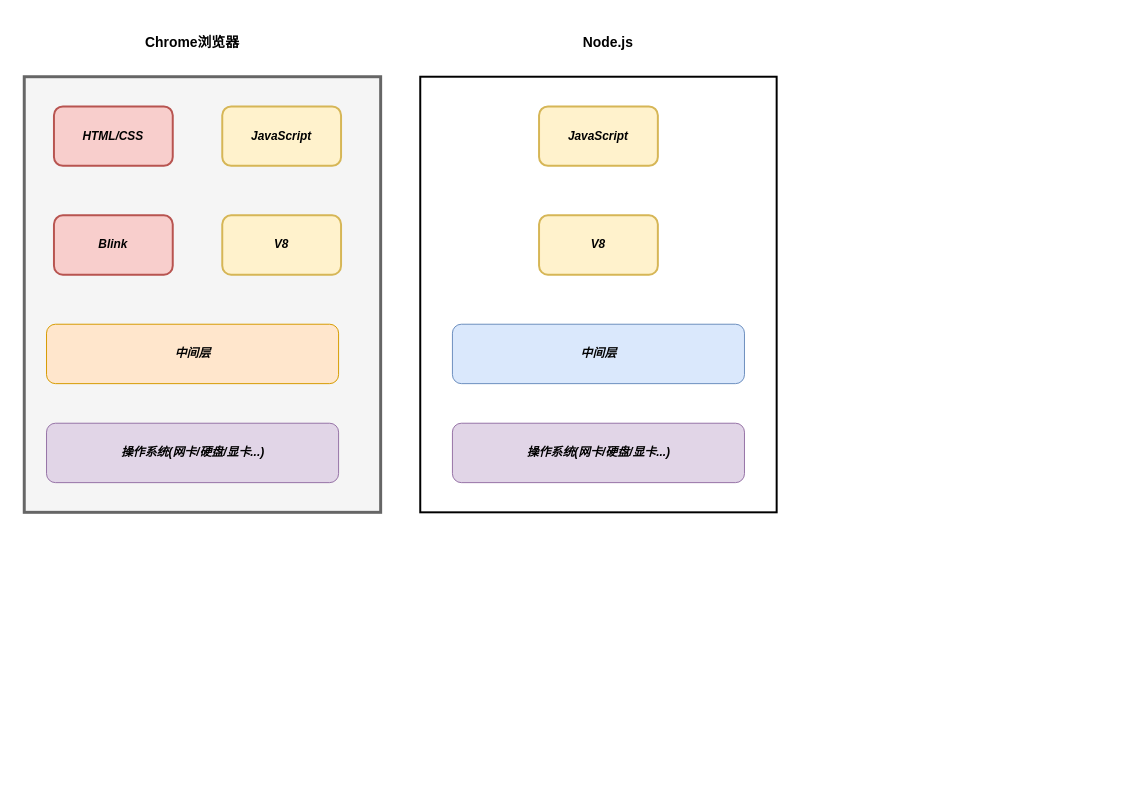
Above: Node.js和浏览器的区别.drawio in Yaozongbin0828/UMLetDraw (draw.io), before the change. Source tidied: cells renumbered, new cells numbered last; positions are measured from the earlier drawing's top-left corner, leaving out a move shared by most shapes. Both pictures are drawn from the tidied source at 99%, with x=0, y=0 at pixel (24, 17).
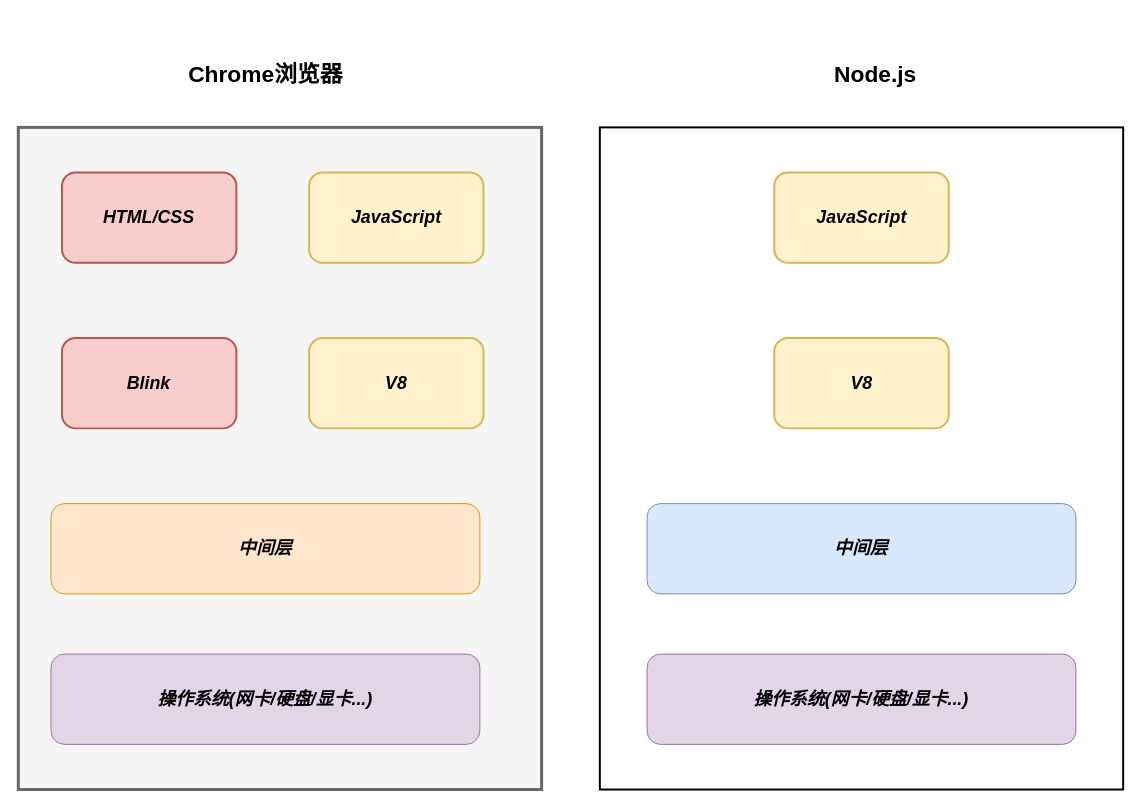
Above is the later version.

Commit message (it also covers changes not shown here):
更新Node.js和浏览器的区别.drawio

The edit, as a diff of the source:
```diff
@@
 <mxGraphModel>
   <root>
     <mxCell id="0" />
     <mxCell id="1" parent="0" />
+    <mxCell id="16" style="group;" parent="1" vertex="1">
+      <mxGeometry x="-6" y="20" width="1116" height="760" as="geometry" />
+    </mxCell>
-    <mxCell id="2" style="rounded=0;whiteSpace=wrap;html=1;fillColor=#f5f5f5;fontColor=#333333;strokeColor=#666666;strokeWidth=3;" parent="1" vertex="1">
-      <mxGeometry y="60" width="360" height="440" as="geometry" />
+    <mxCell id="2" style="rounded=0;whiteSpace=wrap;html=1;fillColor=#f5f5f5;fontColor=#333333;strokeColor=#666666;strokeWidth=3;" parent="16" vertex="1">
+      <mxGeometry y="91.2" width="528.6" height="668.8" as="geometry" />
     </mxCell>
-    <mxCell id="3" style="rounded=0;whiteSpace=wrap;html=1;strokeWidth=2;" parent="1" vertex="1">
-      <mxGeometry x="400" y="60" width="360" height="440" as="geometry" />
+    <mxCell id="3" style="rounded=0;whiteSpace=wrap;html=1;strokeWidth=2;" parent="16" vertex="1">
+      <mxGeometry x="587.4" y="91.2" width="528.6" height="668.8" as="geometry" />
     </mxCell>
-    <mxCell id="4" value="&lt;font style=&quot;font-size: 14px;&quot;&gt;&lt;b&gt;Chrome浏览器&lt;/b&gt;&lt;/font&gt;" style="text;html=1;align=center;verticalAlign=middle;whiteSpace=wrap;rounded=0;" parent="1" vertex="1">
-      <mxGeometry x="110" width="120" height="50" as="geometry" />
+    <mxCell id="4" value="&lt;font style=&quot;font-size: 23px;&quot;&gt;&lt;b style=&quot;font-size: 23px;&quot;&gt;Chrome浏览器&lt;/b&gt;&lt;/font&gt;" style="text;html=1;align=center;verticalAlign=middle;whiteSpace=wrap;rounded=0;fontSize=23;" parent="16" vertex="1">
+      <mxGeometry x="161.5" width="176.2" height="76" as="geometry" />
     </mxCell>
-    <mxCell id="5" value="&lt;font style=&quot;font-size: 14px;&quot;&gt;&lt;b&gt;Node.js&lt;/b&gt;&lt;/font&gt;" style="text;html=1;align=center;verticalAlign=middle;whiteSpace=wrap;rounded=0;" parent="1" vertex="1">
-      <mxGeometry x="560" y="10" width="60" height="30" as="geometry" />
+    <mxCell id="5" value="&lt;font style=&quot;font-size: 23px;&quot;&gt;&lt;b style=&quot;font-size: 23px;&quot;&gt;Node.js&lt;/b&gt;&lt;/font&gt;" style="text;html=1;align=center;verticalAlign=middle;whiteSpace=wrap;rounded=0;fontSize=23;" parent="16" vertex="1">
+      <mxGeometry x="822.3" y="15.2" width="88.1" height="45.6" as="geometry" />
     </mxCell>
-    <mxCell id="6" value="&lt;b&gt;&lt;font style=&quot;font-size: 12px;&quot;&gt;&lt;i&gt;HTML/CSS&lt;/i&gt;&lt;/font&gt;&lt;/b&gt;" style="rounded=1;whiteSpace=wrap;html=1;fillColor=#f8cecc;strokeColor=#b85450;strokeWidth=2;" parent="1" vertex="1">
-      <mxGeometry x="30" y="90" width="120" height="60" as="geometry" />
+    <mxCell id="6" value="&lt;b style=&quot;font-size: 18px;&quot;&gt;&lt;font style=&quot;font-size: 18px;&quot;&gt;&lt;i style=&quot;font-size: 18px;&quot;&gt;HTML/CSS&lt;/i&gt;&lt;/font&gt;&lt;/b&gt;" style="rounded=1;whiteSpace=wrap;html=1;fillColor=#f8cecc;strokeColor=#b85450;strokeWidth=2;fontSize=18;" parent="16" vertex="1">
+      <mxGeometry x="44.1" y="136.8" width="176.2" height="91.2" as="geometry" />
     </mxCell>
-    <mxCell id="7" value="&lt;b&gt;&lt;i&gt;JavaScript&lt;/i&gt;&lt;/b&gt;" style="rounded=1;whiteSpace=wrap;html=1;fillColor=#fff2cc;strokeColor=#d6b656;strokeWidth=2;" parent="1" vertex="1">
-      <mxGeometry x="200" y="90" width="120" height="60" as="geometry" />
+    <mxCell id="7" value="&lt;b style=&quot;font-size: 18px;&quot;&gt;&lt;i style=&quot;font-size: 18px;&quot;&gt;JavaScript&lt;/i&gt;&lt;/b&gt;" style="rounded=1;whiteSpace=wrap;html=1;fillColor=#fff2cc;strokeColor=#d6b656;strokeWidth=2;fontSize=18;" parent="16" vertex="1">
+      <mxGeometry x="293.7" y="136.8" width="176.2" height="91.2" as="geometry" />
     </mxCell>
-    <mxCell id="8" value="&lt;i&gt;&lt;b&gt;Blink&lt;/b&gt;&lt;/i&gt;" style="rounded=1;whiteSpace=wrap;html=1;fillColor=#f8cecc;strokeColor=#b85450;strokeWidth=2;" parent="1" vertex="1">
-      <mxGeometry x="30" y="200" width="120" height="60" as="geometry" />
+    <mxCell id="8" value="&lt;i style=&quot;font-size: 18px;&quot;&gt;&lt;b style=&quot;font-size: 18px;&quot;&gt;Blink&lt;/b&gt;&lt;/i&gt;" style="rounded=1;whiteSpace=wrap;html=1;fillColor=#f8cecc;strokeColor=#b85450;strokeWidth=2;fontSize=18;" parent="16" vertex="1">
+      <mxGeometry x="44.1" y="304" width="176.2" height="91.2" as="geometry" />
     </mxCell>
-    <mxCell id="9" value="&lt;b&gt;&lt;i&gt;V8&lt;/i&gt;&lt;/b&gt;" style="rounded=1;whiteSpace=wrap;html=1;fillColor=#fff2cc;strokeColor=#d6b656;strokeWidth=2;" parent="1" vertex="1">
-      <mxGeometry x="200" y="200" width="120" height="60" as="geometry" />
+    <mxCell id="9" value="&lt;b style=&quot;font-size: 18px;&quot;&gt;&lt;i style=&quot;font-size: 18px;&quot;&gt;V8&lt;/i&gt;&lt;/b&gt;" style="rounded=1;whiteSpace=wrap;html=1;fillColor=#fff2cc;strokeColor=#d6b656;strokeWidth=2;fontSize=18;" parent="16" vertex="1">
+      <mxGeometry x="293.7" y="304" width="176.2" height="91.2" as="geometry" />
     </mxCell>
-    <mxCell id="10" value="&lt;i&gt;&lt;b&gt;中间层&lt;/b&gt;&lt;/i&gt;" style="rounded=1;whiteSpace=wrap;html=1;fillColor=#ffe6cc;strokeColor=#d79b00;" parent="1" vertex="1">
-      <mxGeometry x="22.5" y="310" width="295" height="60" as="geometry" />
+    <mxCell id="10" value="&lt;i style=&quot;font-size: 18px;&quot;&gt;&lt;b style=&quot;font-size: 18px;&quot;&gt;中间层&lt;/b&gt;&lt;/i&gt;" style="rounded=1;whiteSpace=wrap;html=1;fillColor=#ffe6cc;strokeColor=#d79b00;fontSize=18;" parent="16" vertex="1">
+      <mxGeometry x="33" y="471.2" width="433.2" height="91.2" as="geometry" />
     </mxCell>
-    <mxCell id="11" value="&lt;i&gt;&lt;b&gt;操作系统(网卡/硬盘/显卡...)&lt;/b&gt;&lt;/i&gt;" style="rounded=1;whiteSpace=wrap;html=1;fillColor=#e1d5e7;strokeColor=#9673a6;" parent="1" vertex="1">
-      <mxGeometry x="22.5" y="410" width="295" height="60" as="geometry" />
+    <mxCell id="11" value="&lt;i style=&quot;font-size: 18px;&quot;&gt;&lt;b style=&quot;font-size: 18px;&quot;&gt;操作系统(网卡/硬盘/显卡...)&lt;/b&gt;&lt;/i&gt;" style="rounded=1;whiteSpace=wrap;html=1;fillColor=#e1d5e7;strokeColor=#9673a6;fontSize=18;" parent="16" vertex="1">
+      <mxGeometry x="33" y="623.2" width="433.2" height="91.2" as="geometry" />
     </mxCell>
-    <mxCell id="12" value="&lt;b&gt;&lt;i&gt;JavaScript&lt;/i&gt;&lt;/b&gt;" style="rounded=1;whiteSpace=wrap;html=1;fillColor=#fff2cc;strokeColor=#d6b656;strokeWidth=2;" parent="1" vertex="1">
-      <mxGeometry x="520" y="90" width="120" height="60" as="geometry" />
+    <mxCell id="12" value="&lt;b style=&quot;font-size: 18px;&quot;&gt;&lt;i style=&quot;font-size: 18px;&quot;&gt;JavaScript&lt;/i&gt;&lt;/b&gt;" style="rounded=1;whiteSpace=wrap;html=1;fillColor=#fff2cc;strokeColor=#d6b656;strokeWidth=2;fontSize=18;" parent="16" vertex="1">
+      <mxGeometry x="763.6" y="136.8" width="176.2" height="91.2" as="geometry" />
     </mxCell>
-    <mxCell id="13" value="&lt;b&gt;&lt;i&gt;V8&lt;/i&gt;&lt;/b&gt;" style="rounded=1;whiteSpace=wrap;html=1;fillColor=#fff2cc;strokeColor=#d6b656;strokeWidth=2;" parent="1" vertex="1">
-      <mxGeometry x="520" y="200" width="120" height="60" as="geometry" />
+    <mxCell id="13" value="&lt;b style=&quot;font-size: 18px;&quot;&gt;&lt;i style=&quot;font-size: 18px;&quot;&gt;V8&lt;/i&gt;&lt;/b&gt;" style="rounded=1;whiteSpace=wrap;html=1;fillColor=#fff2cc;strokeColor=#d6b656;strokeWidth=2;fontSize=18;" parent="16" vertex="1">
+      <mxGeometry x="763.6" y="304" width="176.2" height="91.2" as="geometry" />
     </mxCell>
-    <mxCell id="14" value="&lt;i&gt;&lt;b&gt;中间层&lt;/b&gt;&lt;/i&gt;" style="rounded=1;whiteSpace=wrap;html=1;fillColor=#dae8fc;strokeColor=#6c8ebf;" parent="1" vertex="1">
-      <mxGeometry x="432.5" y="310" width="295" height="60" as="geometry" />
+    <mxCell id="14" value="&lt;i style=&quot;font-size: 18px;&quot;&gt;&lt;b style=&quot;font-size: 18px;&quot;&gt;中间层&lt;/b&gt;&lt;/i&gt;" style="rounded=1;whiteSpace=wrap;html=1;fillColor=#dae8fc;strokeColor=#6c8ebf;fontSize=18;" parent="16" vertex="1">
+      <mxGeometry x="635.1" y="471.2" width="433.2" height="91.2" as="geometry" />
     </mxCell>
-    <mxCell id="15" value="&lt;i&gt;&lt;b&gt;操作系统(网卡/硬盘/显卡...)&lt;/b&gt;&lt;/i&gt;" style="rounded=1;whiteSpace=wrap;html=1;fillColor=#e1d5e7;strokeColor=#9673a6;" parent="1" vertex="1">
-      <mxGeometry x="432.5" y="410" width="295" height="60" as="geometry" />
+    <mxCell id="15" value="&lt;i style=&quot;font-size: 18px;&quot;&gt;&lt;b style=&quot;font-size: 18px;&quot;&gt;操作系统(网卡/硬盘/显卡...)&lt;/b&gt;&lt;/i&gt;" style="rounded=1;whiteSpace=wrap;html=1;fillColor=#e1d5e7;strokeColor=#9673a6;fontSize=18;" parent="16" vertex="1">
+      <mxGeometry x="635.1" y="623.2" width="433.2" height="91.2" as="geometry" />
     </mxCell>
   </root>
 </mxGraphModel>
```
